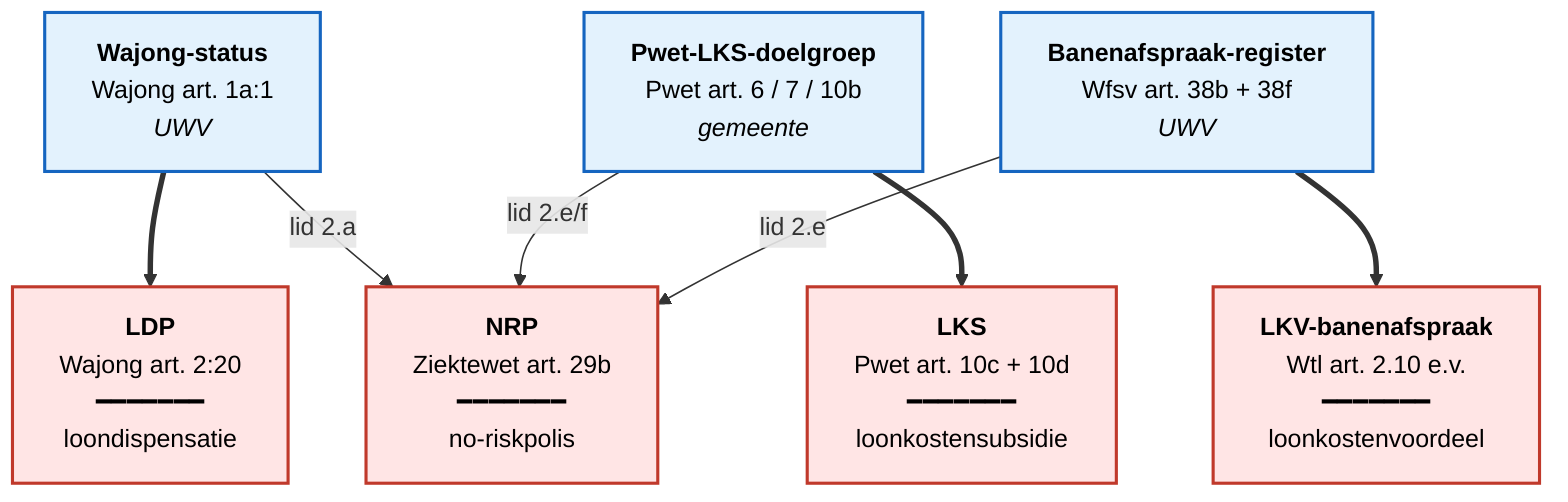
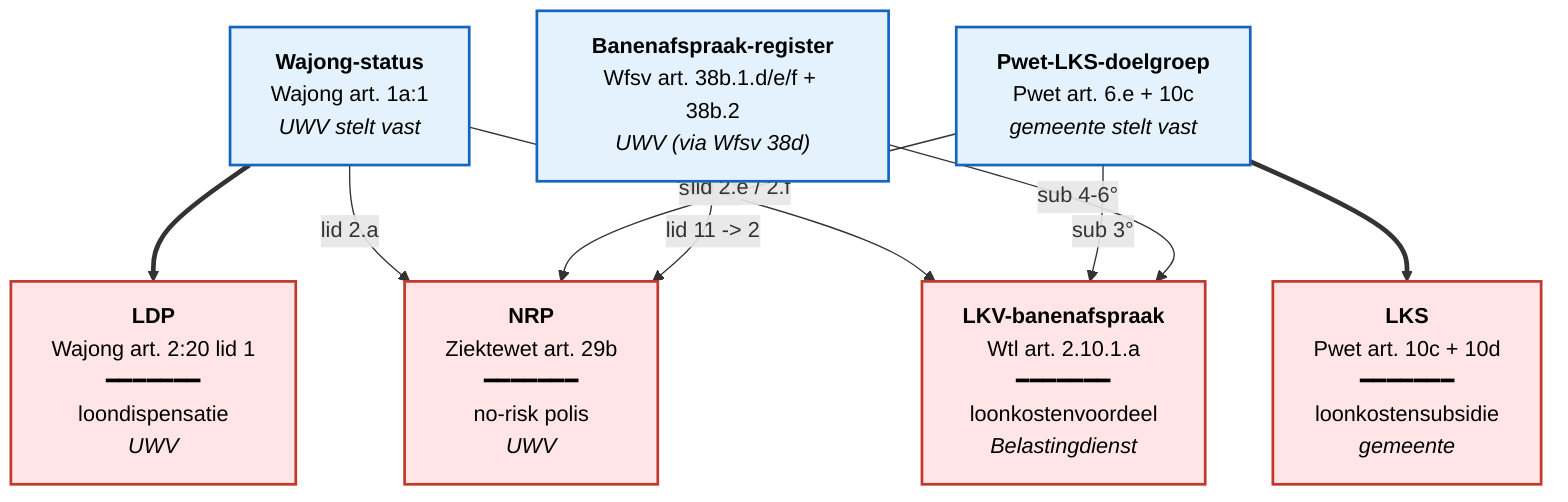
flowchart TB
  classDef bron fill:#e3f2fd,stroke:#1565c0,stroke-width:2px,color:#000;
  classDef kern fill:#ffe5e5,stroke:#c0392b,stroke-width:2px,color:#000;

-   WAJ["<b>Wajong-status</b><br/>Wajong art. 1a:1<br/><i>UWV</i>"]:::bron
-   PW["<b>Pwet-LKS-doelgroep</b><br/>Pwet art. 6 / 7 / 10b<br/><i>gemeente</i>"]:::bron
-   REG["<b>Banenafspraak-register</b><br/>Wfsv art. 38b + 38f<br/><i>UWV</i>"]:::bron
+   WAJ["<b>Wajong-status</b><br/>Wajong art. 1a:1<br/><i>UWV stelt vast</i>"]:::bron
+   PW["<b>Pwet-LKS-doelgroep</b><br/>Pwet art. 6.e + 10c<br/><i>gemeente stelt vast</i>"]:::bron
+   REG["<b>Banenafspraak-register</b><br/>Wfsv art. 38b.1.d/e/f + 38b.2<br/><i>UWV (via Wfsv 38d)</i>"]:::bron

-   LDP["<b>LDP</b><br/>Wajong art. 2:20<br/>━━━━━━━<br/>loondispensatie"]:::kern
-   NRP["<b>NRP</b><br/>Ziektewet art. 29b<br/>━━━━━━━<br/>no-riskpolis"]:::kern
-   LKS["<b>LKS</b><br/>Pwet art. 10c + 10d<br/>━━━━━━━<br/>loonkostensubsidie"]:::kern
-   LKV["<b>LKV-banenafspraak</b><br/>Wtl art. 2.10 e.v.<br/>━━━━━━━<br/>loonkostenvoordeel"]:::kern
+   LDP["<b>LDP</b><br/>Wajong art. 2:20 lid 1<br/>━━━━━━━<br/>loondispensatie<br/><i>UWV</i>"]:::kern
+   NRP["<b>NRP</b><br/>Ziektewet art. 29b<br/>━━━━━━━<br/>no-risk polis<br/><i>UWV</i>"]:::kern
+   LKS["<b>LKS</b><br/>Pwet art. 10c + 10d<br/>━━━━━━━<br/>loonkostensubsidie<br/><i>gemeente</i>"]:::kern
+   LKV["<b>LKV-banenafspraak</b><br/>Wtl art. 2.10.1.a<br/>━━━━━━━<br/>loonkostenvoordeel<br/><i>Belastingdienst</i>"]:::kern

  WAJ ==> LDP
  WAJ -- "lid 2.a" --> NRP
+   WAJ -- "sub 1&deg;" --> LKV
  PW ==> LKS
-   PW -- "lid 2.e/f" --> NRP
-   REG ==> LKV
-   REG -- "lid 2.e" --> NRP
+   PW -- "lid 2.e / 2.f" --> NRP
+   PW -- "sub 3&deg;" --> LKV
+   REG -- "lid 11 -&gt; 2" --> NRP
+   REG -- "sub 4-6&deg;" --> LKV
